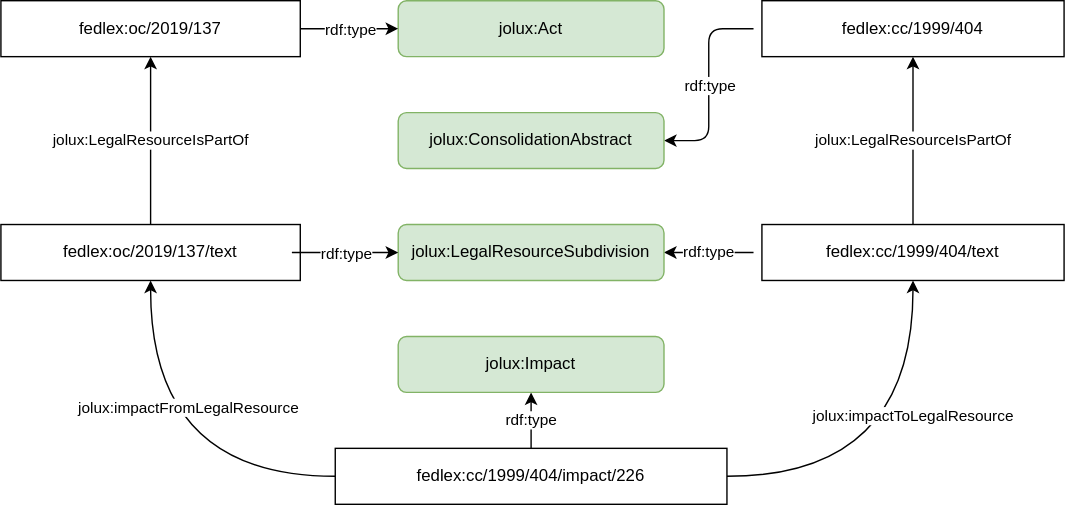
bequrios/fedlex keeps this draw.io diagram as content/img/impact.svg. Above is the earlier version. Source tidied: cells renumbered, new cells last; positions are measured from the earlier drawing's top-left corner, leaving out a move shared by most shapes. Source of this version:
```xml
<mxGraphModel>
  <root>
    <mxCell id="0" />
    <mxCell id="1" parent="0" />
    <mxCell id="2" value="fedlex:oc/2019/137" style="rounded=0;whiteSpace=wrap;html=1;" parent="1" vertex="1">
      <mxGeometry width="214" height="40" as="geometry" />
    </mxCell>
    <mxCell id="3" value="jolux:LegalResourceIsPartOf" style="edgeStyle=none;html=1;exitX=0.5;exitY=0;exitDx=0;exitDy=0;entryX=0.5;entryY=1;entryDx=0;entryDy=0;" parent="1" edge="1" source="4" target="2">
      <mxGeometry relative="1" as="geometry" />
    </mxCell>
    <mxCell id="4" value="fedlex:oc/2019/137/text" style="rounded=0;whiteSpace=wrap;html=1;" parent="1" vertex="1">
      <mxGeometry y="160" width="214" height="40" as="geometry" />
    </mxCell>
    <mxCell id="5" value="rdf:type" style="edgeStyle=orthogonalEdgeStyle;curved=1;html=1;exitX=0.5;exitY=0;exitDx=0;exitDy=0;" parent="1" edge="1" source="9" target="10">
      <mxGeometry relative="1" as="geometry" />
    </mxCell>
    <mxCell id="6" style="edgeStyle=orthogonalEdgeStyle;curved=1;html=1;entryX=0.5;entryY=1;entryDx=0;entryDy=0;exitX=0;exitY=0.5;exitDx=0;exitDy=0;" parent="1" edge="1" source="9" target="4">
      <mxGeometry relative="1" as="geometry" />
    </mxCell>
    <mxCell id="7" value="jolux:impactFromLegalResource" style="edgeLabel;html=1;align=center;verticalAlign=middle;" parent="6" vertex="1">
      <mxGeometry x="-0.22" y="-11" relative="1" as="geometry">
        <mxPoint y="-39" as="offset" />
      </mxGeometry>
    </mxCell>
    <mxCell id="8" value="jolux:impactToLegalResource" style="edgeStyle=orthogonalEdgeStyle;curved=1;html=1;entryX=0.5;entryY=1;entryDx=0;entryDy=0;exitX=1;exitY=0.5;exitDx=0;exitDy=0;" parent="1" edge="1" source="9" target="17">
      <mxGeometry x="0.29" relative="1" as="geometry" />
    </mxCell>
    <mxCell id="9" value="fedlex:cc/1999/404/impact/226" style="rounded=0;whiteSpace=wrap;html=1;" parent="1" vertex="1">
      <mxGeometry x="239" y="320" width="280" height="40" as="geometry" />
    </mxCell>
    <mxCell id="10" value="jolux:Impact" style="rounded=1;whiteSpace=wrap;html=1;fillColor=#d5e8d4;strokeColor=#82b366;" parent="1" vertex="1">
      <mxGeometry x="284" y="240" width="190" height="40" as="geometry" />
    </mxCell>
    <mxCell id="11" style="edgeStyle=orthogonalEdgeStyle;html=1;exitX=0;exitY=0.5;exitDx=0;exitDy=0;entryX=1;entryY=0.5;entryDx=0;entryDy=0;" parent="1" edge="1" target="16">
      <mxGeometry relative="1" as="geometry">
        <mxPoint x="538" y="20" as="sourcePoint" />
      </mxGeometry>
    </mxCell>
    <mxCell id="12" value="&lt;div&gt;rdf:type&lt;/div&gt;" style="edgeLabel;html=1;align=center;verticalAlign=middle;" parent="11" vertex="1">
      <mxGeometry relative="1" as="geometry" />
    </mxCell>
    <mxCell id="13" value="fedlex:cc/1999/404" style="rounded=0;whiteSpace=wrap;html=1;" parent="1" vertex="1">
      <mxGeometry x="544" width="216" height="40" as="geometry" />
    </mxCell>
    <mxCell id="14" value="jolux:Act" style="rounded=1;whiteSpace=wrap;html=1;fillColor=#d5e8d4;strokeColor=#82b366;" parent="1" vertex="1">
      <mxGeometry x="284" width="190" height="40" as="geometry" />
    </mxCell>
    <mxCell id="15" value="jolux:LegalResourceIsPartOf" style="edgeStyle=none;html=1;exitX=0.5;exitY=0;exitDx=0;exitDy=0;entryX=0.5;entryY=1;entryDx=0;entryDy=0;" parent="1" edge="1" source="17" target="13">
      <mxGeometry relative="1" as="geometry" />
    </mxCell>
    <mxCell id="16" value="jolux:ConsolidationAbstract" style="rounded=1;whiteSpace=wrap;html=1;fillColor=#d5e8d4;strokeColor=#82b366;" parent="1" vertex="1">
      <mxGeometry x="284" y="80" width="190" height="40" as="geometry" />
    </mxCell>
    <mxCell id="17" value="fedlex:cc/1999/404/text" style="rounded=0;whiteSpace=wrap;html=1;" parent="1" vertex="1">
      <mxGeometry x="544" y="160" width="216" height="40" as="geometry" />
    </mxCell>
    <mxCell id="18" value="rdf:type" style="edgeStyle=orthogonalEdgeStyle;rounded=0;html=1;exitX=0;exitY=0.5;exitDx=0;exitDy=0;entryX=1;entryY=0.5;entryDx=0;entryDy=0;" parent="1" edge="1" target="19">
      <mxGeometry relative="1" as="geometry">
        <mxPoint x="538" y="180" as="sourcePoint" />
      </mxGeometry>
    </mxCell>
    <mxCell id="19" value="jolux:LegalResourceSubdivision" style="rounded=1;whiteSpace=wrap;html=1;fillColor=#d5e8d4;strokeColor=#82b366;" parent="1" vertex="1">
      <mxGeometry x="284" y="160" width="190" height="40" as="geometry" />
    </mxCell>
    <mxCell id="20" style="edgeStyle=orthogonalEdgeStyle;html=1;exitX=1;exitY=0.5;exitDx=0;exitDy=0;entryX=0;entryY=0.5;entryDx=0;entryDy=0;" parent="1" edge="1" source="2" target="14">
      <mxGeometry relative="1" as="geometry" />
    </mxCell>
    <mxCell id="21" value="&lt;div&gt;rdf:type&lt;/div&gt;" style="edgeLabel;html=1;align=center;verticalAlign=middle;" parent="20" vertex="1">
      <mxGeometry relative="1" as="geometry" />
    </mxCell>
    <mxCell id="22" style="edgeStyle=orthogonalEdgeStyle;html=1;exitX=1;exitY=0.5;exitDx=0;exitDy=0;entryX=0;entryY=0.5;entryDx=0;entryDy=0;" parent="1" edge="1" target="19">
      <mxGeometry relative="1" as="geometry">
        <mxPoint x="208" y="180" as="sourcePoint" />
      </mxGeometry>
    </mxCell>
    <mxCell id="23" value="&lt;div&gt;rdf:type&lt;/div&gt;" style="edgeLabel;html=1;align=center;verticalAlign=middle;" parent="22" vertex="1">
      <mxGeometry relative="1" as="geometry" />
    </mxCell>
  </root>
</mxGraphModel>
```
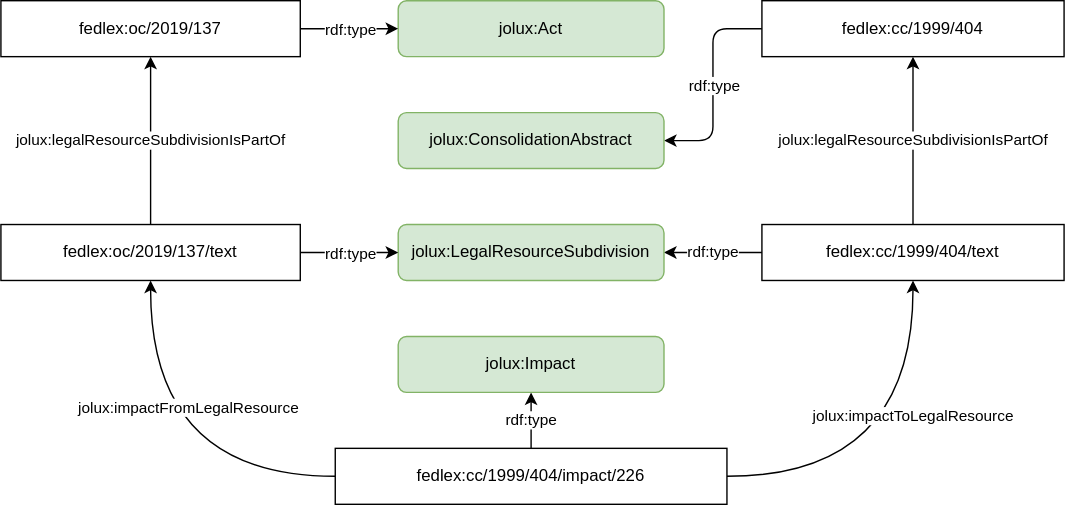
After the change.

Diff of the diagram source:
```diff
@@ -5,7 +5,7 @@
     <mxCell id="2" value="fedlex:oc/2019/137" style="rounded=0;whiteSpace=wrap;html=1;" parent="1" vertex="1">
       <mxGeometry width="214" height="40" as="geometry" />
     </mxCell>
-    <mxCell id="3" value="jolux:LegalResourceIsPartOf" style="edgeStyle=none;html=1;exitX=0.5;exitY=0;exitDx=0;exitDy=0;entryX=0.5;entryY=1;entryDx=0;entryDy=0;" parent="1" edge="1" source="4" target="2">
+    <mxCell id="3" value="jolux:legalResourceSubdivisionIsPartOf" style="edgeStyle=none;html=1;exitX=0.5;exitY=0;exitDx=0;exitDy=0;entryX=0.5;entryY=1;entryDx=0;entryDy=0;" parent="1" edge="1" source="4" target="2">
       <mxGeometry relative="1" as="geometry" />
     </mxCell>
     <mxCell id="4" value="fedlex:oc/2019/137/text" style="rounded=0;whiteSpace=wrap;html=1;" parent="1" vertex="1">
@@ -31,10 +31,8 @@
     <mxCell id="10" value="jolux:Impact" style="rounded=1;whiteSpace=wrap;html=1;fillColor=#d5e8d4;strokeColor=#82b366;" parent="1" vertex="1">
       <mxGeometry x="284" y="240" width="190" height="40" as="geometry" />
     </mxCell>
-    <mxCell id="11" style="edgeStyle=orthogonalEdgeStyle;html=1;exitX=0;exitY=0.5;exitDx=0;exitDy=0;entryX=1;entryY=0.5;entryDx=0;entryDy=0;" parent="1" edge="1" target="16">
-      <mxGeometry relative="1" as="geometry">
-        <mxPoint x="538" y="20" as="sourcePoint" />
-      </mxGeometry>
+    <mxCell id="11" style="edgeStyle=orthogonalEdgeStyle;html=1;exitX=0;exitY=0.5;exitDx=0;exitDy=0;entryX=1;entryY=0.5;entryDx=0;entryDy=0;" parent="1" edge="1" source="13" target="16">
+      <mxGeometry relative="1" as="geometry" />
     </mxCell>
     <mxCell id="12" value="&lt;div&gt;rdf:type&lt;/div&gt;" style="edgeLabel;html=1;align=center;verticalAlign=middle;" parent="11" vertex="1">
       <mxGeometry relative="1" as="geometry" />
@@ -45,7 +43,7 @@
     <mxCell id="14" value="jolux:Act" style="rounded=1;whiteSpace=wrap;html=1;fillColor=#d5e8d4;strokeColor=#82b366;" parent="1" vertex="1">
       <mxGeometry x="284" width="190" height="40" as="geometry" />
     </mxCell>
-    <mxCell id="15" value="jolux:LegalResourceIsPartOf" style="edgeStyle=none;html=1;exitX=0.5;exitY=0;exitDx=0;exitDy=0;entryX=0.5;entryY=1;entryDx=0;entryDy=0;" parent="1" edge="1" source="17" target="13">
+    <mxCell id="15" value="jolux:legalResourceSubdivisionIsPartOf" style="edgeStyle=none;html=1;exitX=0.5;exitY=0;exitDx=0;exitDy=0;entryX=0.5;entryY=1;entryDx=0;entryDy=0;" parent="1" edge="1" source="17" target="13">
       <mxGeometry relative="1" as="geometry" />
     </mxCell>
     <mxCell id="16" value="jolux:ConsolidationAbstract" style="rounded=1;whiteSpace=wrap;html=1;fillColor=#d5e8d4;strokeColor=#82b366;" parent="1" vertex="1">
@@ -54,10 +52,8 @@
     <mxCell id="17" value="fedlex:cc/1999/404/text" style="rounded=0;whiteSpace=wrap;html=1;" parent="1" vertex="1">
       <mxGeometry x="544" y="160" width="216" height="40" as="geometry" />
     </mxCell>
-    <mxCell id="18" value="rdf:type" style="edgeStyle=orthogonalEdgeStyle;rounded=0;html=1;exitX=0;exitY=0.5;exitDx=0;exitDy=0;entryX=1;entryY=0.5;entryDx=0;entryDy=0;" parent="1" edge="1" target="19">
-      <mxGeometry relative="1" as="geometry">
-        <mxPoint x="538" y="180" as="sourcePoint" />
-      </mxGeometry>
+    <mxCell id="18" value="rdf:type" style="edgeStyle=orthogonalEdgeStyle;rounded=0;html=1;exitX=0;exitY=0.5;exitDx=0;exitDy=0;entryX=1;entryY=0.5;entryDx=0;entryDy=0;" parent="1" edge="1" source="17" target="19">
+      <mxGeometry relative="1" as="geometry" />
     </mxCell>
     <mxCell id="19" value="jolux:LegalResourceSubdivision" style="rounded=1;whiteSpace=wrap;html=1;fillColor=#d5e8d4;strokeColor=#82b366;" parent="1" vertex="1">
       <mxGeometry x="284" y="160" width="190" height="40" as="geometry" />
@@ -68,10 +64,8 @@
     <mxCell id="21" value="&lt;div&gt;rdf:type&lt;/div&gt;" style="edgeLabel;html=1;align=center;verticalAlign=middle;" parent="20" vertex="1">
       <mxGeometry relative="1" as="geometry" />
     </mxCell>
-    <mxCell id="22" style="edgeStyle=orthogonalEdgeStyle;html=1;exitX=1;exitY=0.5;exitDx=0;exitDy=0;entryX=0;entryY=0.5;entryDx=0;entryDy=0;" parent="1" edge="1" target="19">
-      <mxGeometry relative="1" as="geometry">
-        <mxPoint x="208" y="180" as="sourcePoint" />
-      </mxGeometry>
+    <mxCell id="22" style="edgeStyle=orthogonalEdgeStyle;html=1;entryX=0;entryY=0.5;entryDx=0;entryDy=0;exitX=1;exitY=0.5;exitDx=0;exitDy=0;" parent="1" edge="1" source="4" target="19">
+      <mxGeometry relative="1" as="geometry" />
     </mxCell>
     <mxCell id="23" value="&lt;div&gt;rdf:type&lt;/div&gt;" style="edgeLabel;html=1;align=center;verticalAlign=middle;" parent="22" vertex="1">
       <mxGeometry relative="1" as="geometry" />
```
